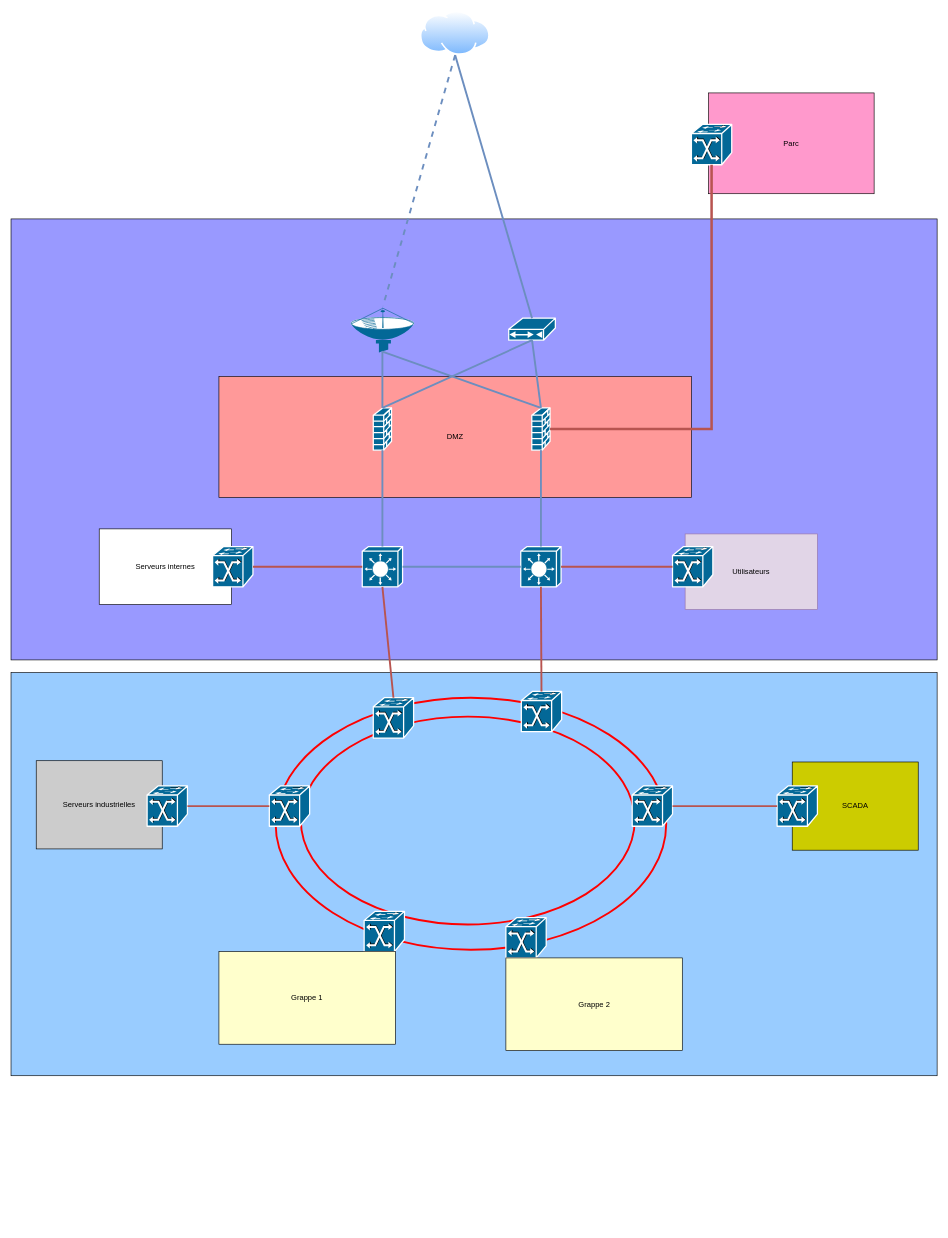
The draw.io diagram Diagramme sans nom.drawio in alexetne/MSPR33, before the edit. Source tidied: cells renumbered, new cells numbered last; positions are measured from the earlier drawing's top-left corner, leaving out a move shared by most shapes. Both pictures are drawn from the tidied source at 63%, with x=0, y=0 at pixel (11, 11).
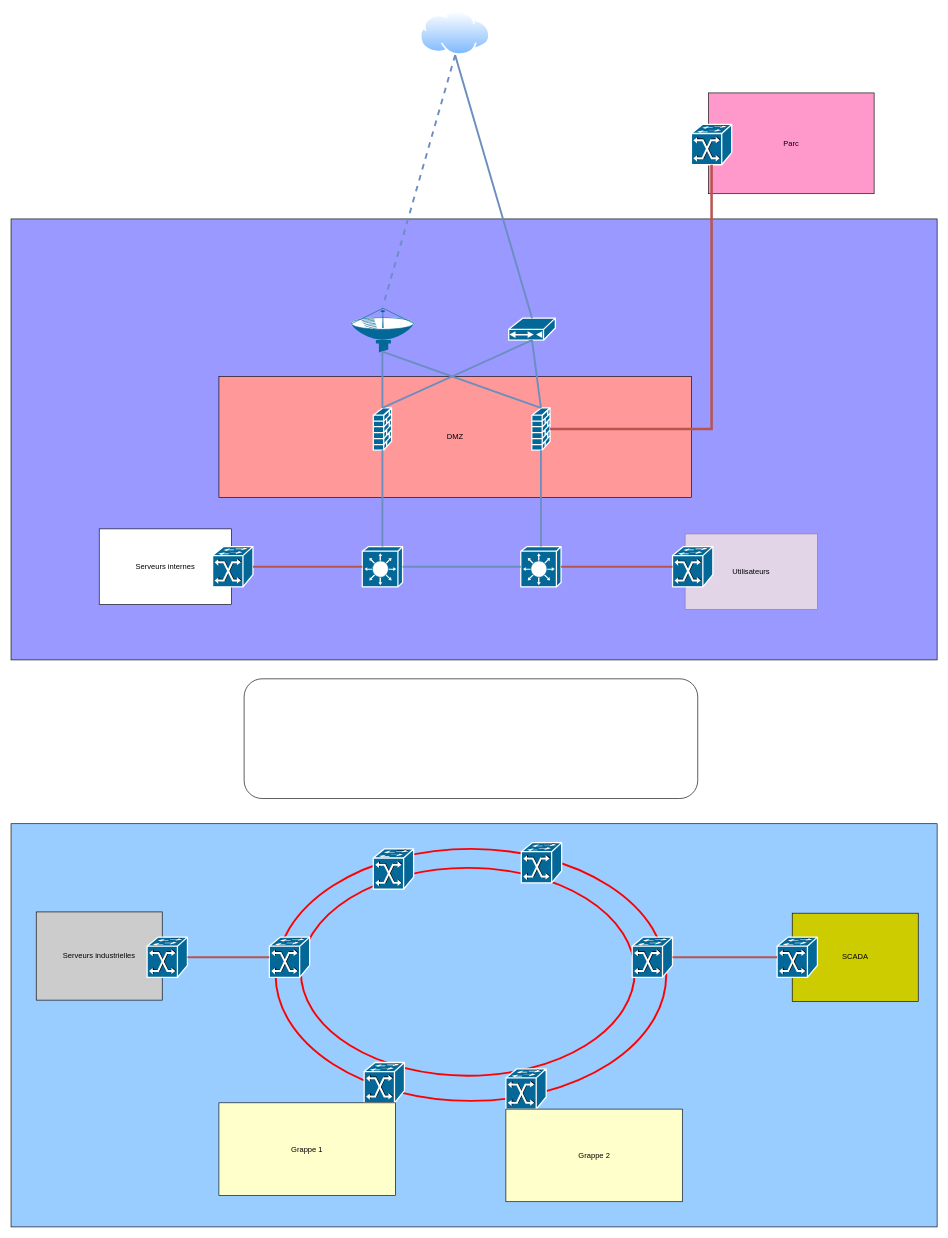
The same diagram, later.

Commit message:
Mettre à jour Diagramme sans nom.drawio

Unchanged cells that the change refers to:
```xml
<mxCell id="17" style="shape=mxgraph.cisco.switches.layer_3_switch;sketch=0;html=1;dashed=0;fillColor=#036897;strokeColor=#ffffff;strokeWidth=2;verticalLabelPosition=bottom;verticalAlign=top;align=center;outlineConnect=0;" parent="1" vertex="1">
  <mxGeometry x="557.5" y="850" width="64" height="64" as="geometry" />
</mxCell>
<mxCell id="18" style="shape=mxgraph.cisco.switches.layer_3_switch;sketch=0;html=1;dashed=0;fillColor=#036897;strokeColor=#ffffff;strokeWidth=2;verticalLabelPosition=bottom;verticalAlign=top;align=center;outlineConnect=0;" parent="1" vertex="1">
  <mxGeometry x="809.1" y="850" width="64" height="64" as="geometry" />
</mxCell>
```

Diff of the diagram source:
```diff
@@
     <mxCell id="2" style="rounded=0;whiteSpace=wrap;html=1;fillColor=#99CCFF;" parent="1" vertex="1">
-      <mxGeometry y="1050" width="1470" height="640" as="geometry" />
+      <mxGeometry y="1290" width="1470" height="640" as="geometry" />
     </mxCell>
     <mxCell id="3" style="ellipse;whiteSpace=wrap;html=1;fillColor=none;strokeWidth=3;strokeColor=#FF0000;" parent="1" vertex="1">
-      <mxGeometry x="420" y="1090" width="620" height="400" as="geometry" />
+      <mxGeometry x="420" y="1330" width="620" height="400" as="geometry" />
     </mxCell>
     <mxCell id="4" style="ellipse;whiteSpace=wrap;html=1;fillColor=none;strokeWidth=3;strokeColor=#FF0000;" parent="1" vertex="1">
-      <mxGeometry x="460" y="1120" width="530" height="330" as="geometry" />
+      <mxGeometry x="460" y="1360" width="530" height="330" as="geometry" />
     </mxCell>
@@
     <mxCell id="6" value="SCADA" style="rounded=0;whiteSpace=wrap;html=1;fillColor=#CCCC00;" parent="1" vertex="1">
-      <mxGeometry x="1240" y="1192" width="200" height="140" as="geometry" />
+      <mxGeometry x="1240" y="1432" width="200" height="140" as="geometry" />
     </mxCell>
     <mxCell id="7" value="Serveurs industrielles" style="rounded=0;whiteSpace=wrap;html=1;fillColor=#CCCCCC;" parent="1" vertex="1">
-      <mxGeometry x="40" y="1190" width="200" height="140" as="geometry" />
+      <mxGeometry x="40" y="1430" width="200" height="140" as="geometry" />
     </mxCell>
@@
     <mxCell id="21" style="shape=mxgraph.cisco.switches.atm_fast_gigabit_etherswitch;sketch=0;html=1;dashed=0;fillColor=#036897;strokeColor=#ffffff;strokeWidth=2;verticalLabelPosition=bottom;verticalAlign=top;align=center;outlineConnect=0;" parent="1" vertex="1">
-      <mxGeometry x="810" y="1080" width="64" height="64" as="geometry" />
+      <mxGeometry x="810" y="1320" width="64" height="64" as="geometry" />
     </mxCell>
     <mxCell id="22" style="shape=mxgraph.cisco.switches.atm_fast_gigabit_etherswitch;sketch=0;html=1;dashed=0;fillColor=#036897;strokeColor=#ffffff;strokeWidth=2;verticalLabelPosition=bottom;verticalAlign=top;align=center;outlineConnect=0;" parent="1" vertex="1">
-      <mxGeometry x="575" y="1090" width="64" height="64" as="geometry" />
+      <mxGeometry x="575" y="1330" width="64" height="64" as="geometry" />
     </mxCell>
     <mxCell id="23" style="shape=mxgraph.cisco.switches.atm_fast_gigabit_etherswitch;sketch=0;html=1;dashed=0;fillColor=#036897;strokeColor=#ffffff;strokeWidth=2;verticalLabelPosition=bottom;verticalAlign=top;align=center;outlineConnect=0;" parent="1" vertex="1">
-      <mxGeometry x="986" y="1230" width="64" height="64" as="geometry" />
+      <mxGeometry x="986" y="1470" width="64" height="64" as="geometry" />
     </mxCell>
     <mxCell id="24" style="shape=mxgraph.cisco.switches.atm_fast_gigabit_etherswitch;sketch=0;html=1;dashed=0;fillColor=#036897;strokeColor=#ffffff;strokeWidth=2;verticalLabelPosition=bottom;verticalAlign=top;align=center;outlineConnect=0;" parent="1" vertex="1">
-      <mxGeometry x="410" y="1230" width="64" height="64" as="geometry" />
+      <mxGeometry x="410" y="1470" width="64" height="64" as="geometry" />
     </mxCell>
     <mxCell id="25" style="shape=mxgraph.cisco.switches.atm_fast_gigabit_etherswitch;sketch=0;html=1;dashed=0;fillColor=#036897;strokeColor=#ffffff;strokeWidth=2;verticalLabelPosition=bottom;verticalAlign=top;align=center;" parent="1" vertex="1">
-      <mxGeometry x="785.5" y="1439" width="64" height="64" as="geometry" />
+      <mxGeometry x="785.5" y="1679" width="64" height="64" as="geometry" />
     </mxCell>
     <mxCell id="26" style="shape=mxgraph.cisco.switches.atm_fast_gigabit_etherswitch;sketch=0;html=1;dashed=0;fillColor=#036897;strokeColor=#ffffff;strokeWidth=2;verticalLabelPosition=bottom;verticalAlign=top;align=center;" parent="1" vertex="1">
-      <mxGeometry x="560.5" y="1429" width="64" height="64" as="geometry" />
+      <mxGeometry x="560.5" y="1669" width="64" height="64" as="geometry" />
     </mxCell>
     <mxCell id="27" style="shape=mxgraph.cisco.switches.atm_fast_gigabit_etherswitch;sketch=0;html=1;dashed=0;fillColor=#036897;strokeColor=#ffffff;strokeWidth=2;verticalLabelPosition=bottom;verticalAlign=top;align=center;outlineConnect=0;" parent="1" vertex="1">
-      <mxGeometry x="216" y="1230" width="64" height="64" as="geometry" />
+      <mxGeometry x="216" y="1470" width="64" height="64" as="geometry" />
     </mxCell>
     <mxCell id="28" style="shape=mxgraph.cisco.switches.atm_fast_gigabit_etherswitch;sketch=0;html=1;dashed=0;fillColor=#036897;strokeColor=#ffffff;strokeWidth=2;verticalLabelPosition=bottom;verticalAlign=top;align=center;outlineConnect=0;" parent="1" vertex="1">
-      <mxGeometry x="1216" y="1230" width="64" height="64" as="geometry" />
+      <mxGeometry x="1216" y="1470" width="64" height="64" as="geometry" />
     </mxCell>
     <mxCell id="29" value="Grappe 1" style="rounded=0;whiteSpace=wrap;html=1;fillColor=#FFFFCC;" parent="1" vertex="1">
-      <mxGeometry x="330" y="1493" width="280" height="147" as="geometry" />
+      <mxGeometry x="330" y="1733" width="280" height="147" as="geometry" />
     </mxCell>
     <mxCell id="30" value="Grappe 2" style="rounded=0;whiteSpace=wrap;html=1;fillColor=#FFFFCC;" parent="1" vertex="1">
-      <mxGeometry x="785.5" y="1503" width="280" height="147" as="geometry" />
+      <mxGeometry x="785.5" y="1743" width="280" height="147" as="geometry" />
     </mxCell>
@@
-    <mxCell id="45" style="edgeStyle=none;rounded=0;jettySize=auto;html=1;exitX=0.5;exitY=0;exitDx=0;exitDy=0;exitPerimeter=0;entryX=0.5;entryY=1;entryDx=0;entryDy=0;entryPerimeter=0;endArrow=none;startFill=0;fillColor=#f8cecc;strokeColor=#b85450;strokeWidth=3;" parent="1" edge="1" source="22" target="17">
-      <mxGeometry relative="1" as="geometry" />
-    </mxCell>
-    <mxCell id="46" style="edgeStyle=none;rounded=0;jettySize=auto;html=1;exitX=0.5;exitY=0;exitDx=0;exitDy=0;exitPerimeter=0;entryX=0.5;entryY=1;entryDx=0;entryDy=0;entryPerimeter=0;endArrow=none;startFill=0;fillColor=#f8cecc;strokeColor=#b85450;strokeWidth=3;" parent="1" edge="1" source="21" target="18">
-      <mxGeometry relative="1" as="geometry" />
-    </mxCell>
@@
+    <mxCell id="48" style="rounded=1;whiteSpace=wrap;html=1;" parent="1" vertex="1">
+      <mxGeometry x="370" y="1060" width="720" height="190" as="geometry" />
+    </mxCell>
```
